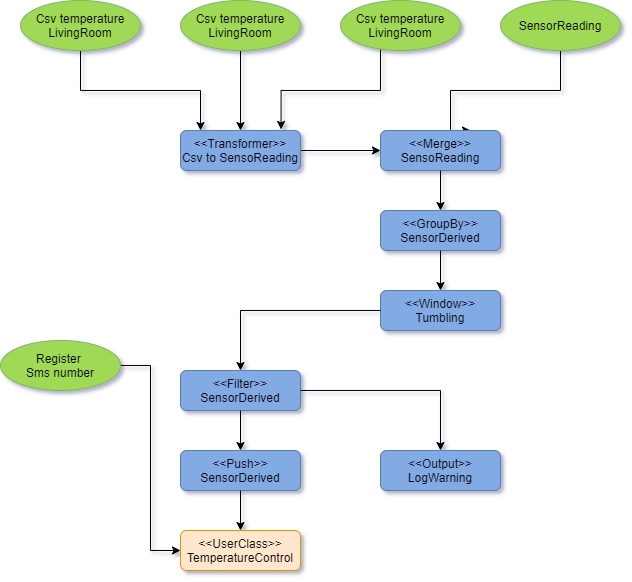
Above: QuickStartOverview.png in v12technology/fluxtion-quickstart (draw.io), before the change. Source tidied: cells renumbered, new cells last; positions are measured from the earlier drawing's top-left corner, leaving out a move shared by most shapes.
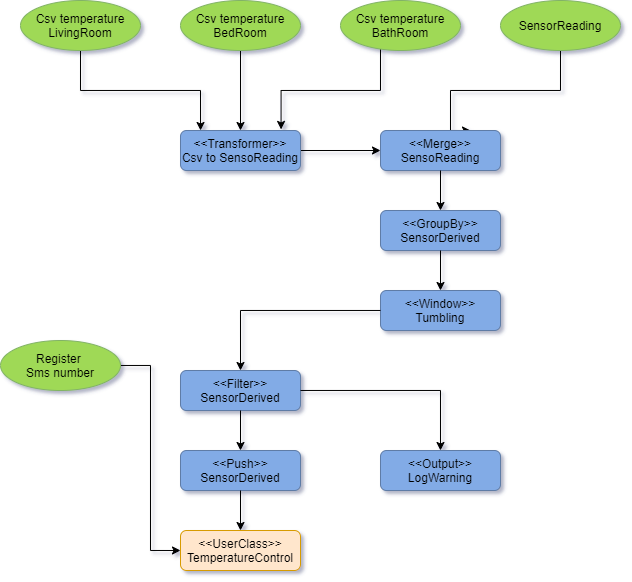
After the commit.

Change to the diagram source:
```diff
@@ -22,7 +22,7 @@
     <mxCell id="6" style="edgeStyle=orthogonalEdgeStyle;rounded=0;jettySize=auto;html=1;fontFamily=Helvetica;entryX=0.5;entryY=0;entryDx=0;entryDy=0;" parent="1" edge="1" source="7" target="3">
       <mxGeometry relative="1" as="geometry" />
     </mxCell>
-    <mxCell id="7" value="Csv temperature&lt;br&gt;LivingRoom" style="ellipse;whiteSpace=wrap;html=1;fillColor=#9FD956;strokeColor=#82b366;" parent="1" vertex="1">
+    <mxCell id="7" value="Csv temperature&lt;br&gt;BedRoom" style="ellipse;whiteSpace=wrap;html=1;fillColor=#9FD956;strokeColor=#82b366;" parent="1" vertex="1">
       <mxGeometry x="180" width="120" height="50" as="geometry" />
     </mxCell>
     <mxCell id="8" style="edgeStyle=orthogonalEdgeStyle;rounded=0;jettySize=auto;html=1;fontFamily=Helvetica;entryX=0.838;entryY=-0.027;entryDx=0;entryDy=0;entryPerimeter=0;" parent="1" edge="1" source="9" target="3">
@@ -33,7 +33,7 @@
         </Array>
       </mxGeometry>
     </mxCell>
-    <mxCell id="9" value="Csv temperature&lt;br&gt;LivingRoom" style="ellipse;whiteSpace=wrap;html=1;fillColor=#9FD956;strokeColor=#82b366;" parent="1" vertex="1">
+    <mxCell id="9" value="Csv temperature&lt;br&gt;BathRoom" style="ellipse;whiteSpace=wrap;html=1;fillColor=#9FD956;strokeColor=#82b366;" parent="1" vertex="1">
       <mxGeometry x="340" width="120" height="50" as="geometry" />
     </mxCell>
     <mxCell id="10" style="edgeStyle=orthogonalEdgeStyle;rounded=0;jettySize=auto;html=1;entryX=0.75;entryY=0;entryDx=0;entryDy=0;fontFamily=Helvetica;" parent="1" edge="1" source="11" target="12">
```
